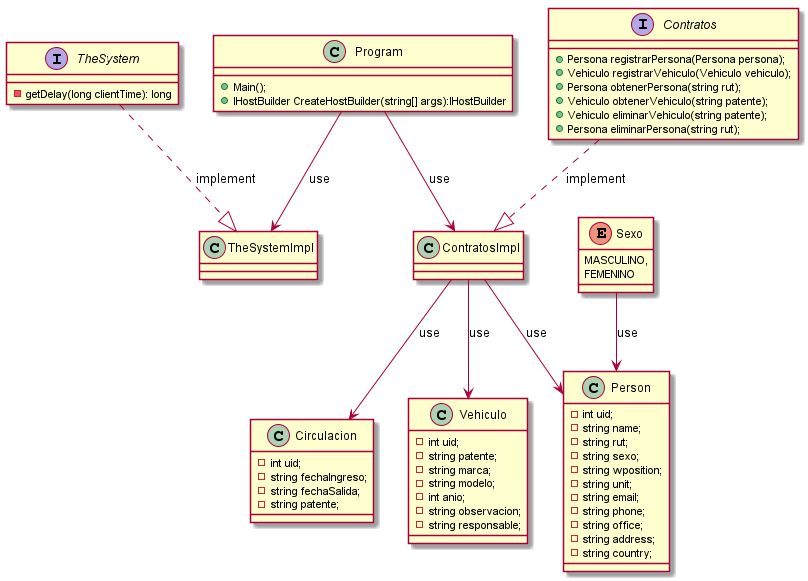
The PlantUML diagram img/server.png in jzuletas005/ParkingUCN, before a commit.
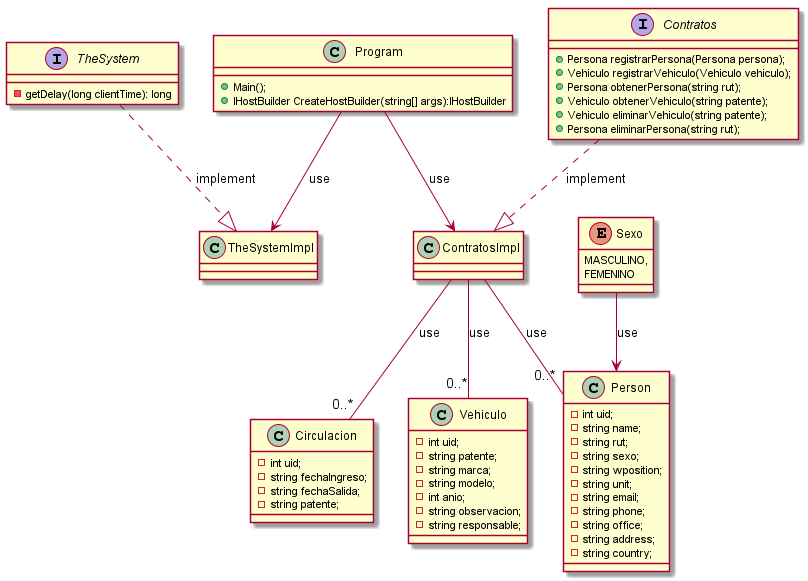
Later version of the same file.

Diff of the diagram source:
```diff
@@ -68,9 +68,9 @@
 }
 Program-->TheSystemImpl: use
 Program-->ContratosImpl: use
-ContratosImpl-->Person:use
-ContratosImpl-->Vehiculo:use
-ContratosImpl-->Circulacion:use
+ContratosImpl--"0..*"Person:use
+ContratosImpl--"0..*"Vehiculo:use
+ContratosImpl--"0..*"Circulacion:use
 TheSystem..|>TheSystemImpl:implement
 Contratos..|>ContratosImpl:implement
 Sexo-->Person:use
```
